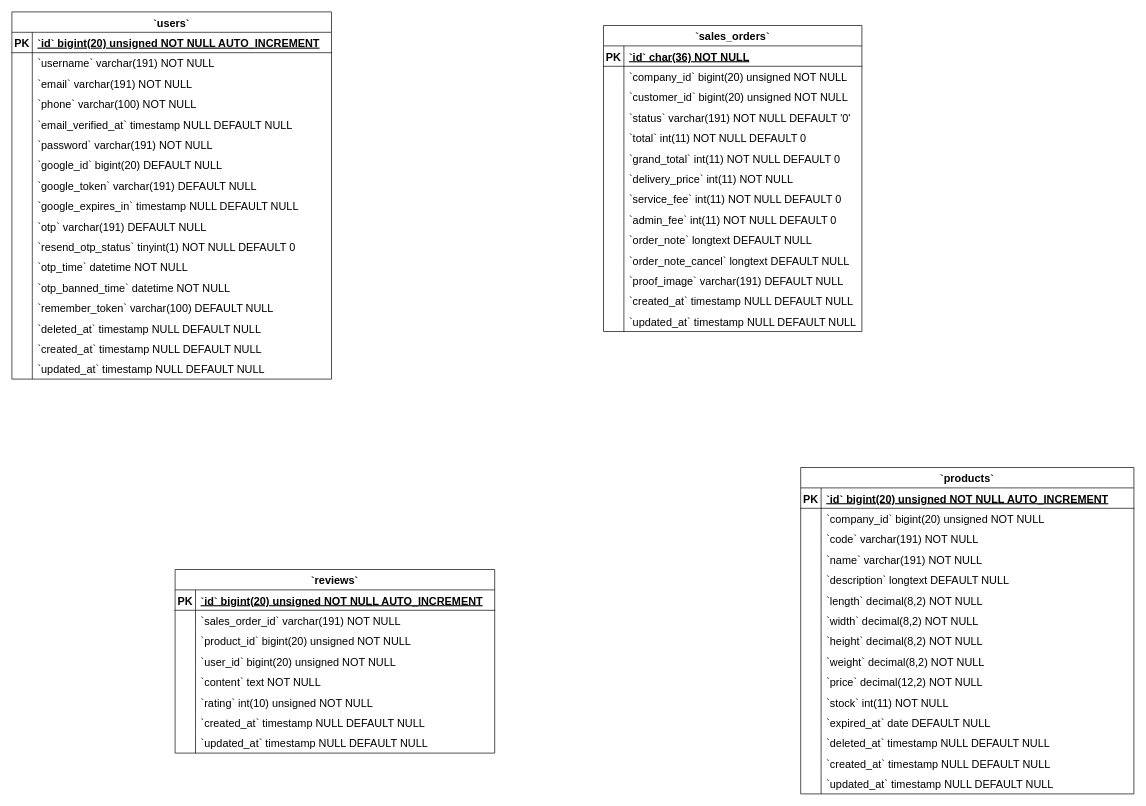
The draw.io diagram Reviews ERD Diagram.drawio in Simasco/diagram, before the edit. Source tidied: cells renumbered, new cells numbered last; positions are measured from the earlier drawing's top-left corner, leaving out a move shared by most shapes. Both pictures are drawn from the tidied source at 68%, with x=0, y=0 at pixel (12, 12).
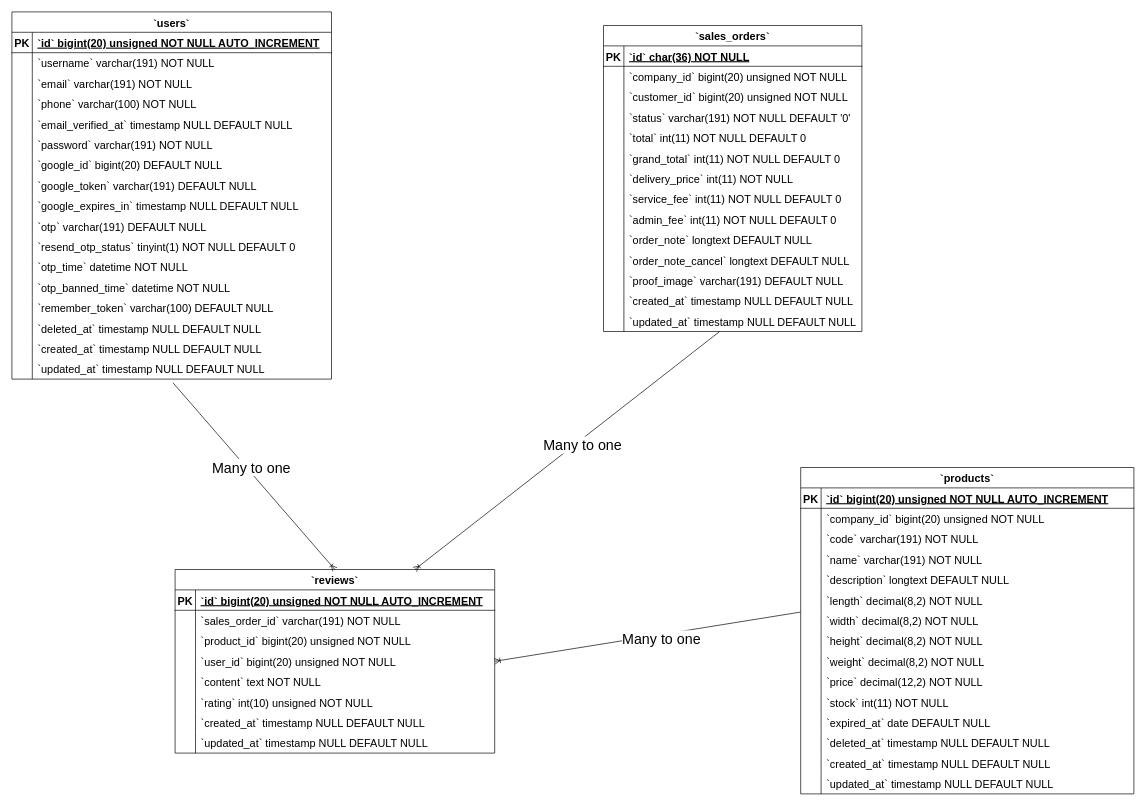
Above is the later version.

The change refers to these unchanged cells:
```xml
<mxCell id="51" style="shape=tableRow;horizontal=0;startSize=0;swimlaneHead=0;swimlaneBody=0;fillColor=none;points=[[0,0.5],[1,0.5]];portConstraint=eastwest;strokeColor=inherit;top=0;left=0;right=0;bottom=0;fontSize=16;" parent="2" vertex="1">
  <mxGeometry y="510" width="470" height="30" as="geometry" />
</mxCell>
<mxCell id="54" value="`reviews`" style="shape=table;startSize=30;childLayout=tableLayout;rowLines=0;fontStyle=1;align=center;fontSize=16;" parent="1" vertex="1">
  <mxGeometry x="240" y="820" width="470" height="270" as="geometry" />
</mxCell>
<mxCell id="64" style="shape=tableRow;horizontal=0;startSize=0;swimlaneHead=0;swimlaneBody=0;fillColor=none;points=[[0,0.5],[1,0.5]];portConstraint=eastwest;strokeColor=inherit;top=0;left=0;right=0;bottom=0;fontSize=16;" parent="54" vertex="1">
  <mxGeometry y="120" width="470" height="30" as="geometry" />
</mxCell>
<mxCell id="95" style="shape=tableRow;horizontal=0;startSize=0;swimlaneHead=0;swimlaneBody=0;fillColor=none;points=[[0,0.5],[1,0.5]];portConstraint=eastwest;strokeColor=inherit;top=0;left=0;right=0;bottom=0;fontSize=16;" parent="79" vertex="1">
  <mxGeometry y="180" width="490" height="30" as="geometry" />
</mxCell>
<mxCell id="165" style="shape=tableRow;horizontal=0;startSize=0;swimlaneHead=0;swimlaneBody=0;fillColor=none;points=[[0,0.5],[1,0.5]];portConstraint=eastwest;strokeColor=inherit;top=0;left=0;right=0;bottom=0;fontSize=16;" parent="125" vertex="1">
  <mxGeometry y="420" width="380" height="30" as="geometry" />
</mxCell>
```

What changed in the source:
```diff
@@
+    <mxCell id="168" style="fontSize=12;html=1;endArrow=ERoneToMany;rounded=0;exitX=0.504;exitY=1.178;exitDx=0;exitDy=0;exitPerimeter=0;entryX=0.5;entryY=0;entryDx=0;entryDy=0;" parent="1" edge="1" source="51" target="54">
+      <mxGeometry relative="1" as="geometry" />
+    </mxCell>
+    <mxCell id="169" value="Many to one" style="edgeLabel;html=1;align=center;verticalAlign=middle;fontSize=21;" parent="168" vertex="1">
+      <mxGeometry x="-0.08" y="5" relative="1" as="geometry">
+        <mxPoint x="1" y="1" as="offset" />
+      </mxGeometry>
+    </mxCell>
+    <mxCell id="170" style="fontSize=12;html=1;endArrow=ERoneToMany;rounded=0;entryX=0.75;entryY=0;entryDx=0;entryDy=0;" parent="1" edge="1" source="165" target="54">
+      <mxGeometry relative="1" as="geometry" />
+    </mxCell>
+    <mxCell id="171" value="Many to one" style="edgeLabel;html=1;align=center;verticalAlign=middle;fontSize=21;" parent="170" vertex="1">
+      <mxGeometry x="-0.08" y="5" relative="1" as="geometry">
+        <mxPoint x="1" y="1" as="offset" />
+      </mxGeometry>
+    </mxCell>
+    <mxCell id="172" style="fontSize=12;html=1;endArrow=ERoneToMany;rounded=0;entryX=1;entryY=0.5;entryDx=0;entryDy=0;exitX=-0.001;exitY=1.089;exitDx=0;exitDy=0;exitPerimeter=0;" parent="1" edge="1" source="95" target="64">
+      <mxGeometry relative="1" as="geometry" />
+    </mxCell>
+    <mxCell id="173" value="Many to one" style="edgeLabel;html=1;align=center;verticalAlign=middle;fontSize=21;" parent="172" vertex="1">
+      <mxGeometry x="-0.08" y="5" relative="1" as="geometry">
+        <mxPoint x="1" y="1" as="offset" />
+      </mxGeometry>
+    </mxCell>
```
